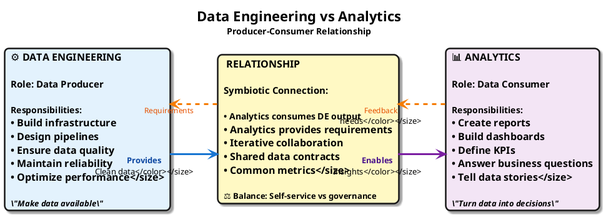
The PlantUML diagram diagrams/week01/week1_de_vs_analytics.png in OrPerets/data-engineering-course, before a commit.
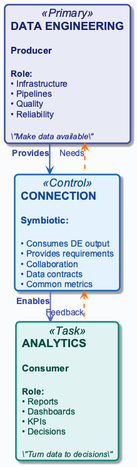
The same diagram one commit later.

What changed in the source:
```diff
@@ -1,35 +1,16 @@
 @startuml
-left to right direction
-skinparam defaultFontName "Segoe UI, Helvetica, sans-serif"
-skinparam defaultFontSize 16
-skinparam roundcorner 15
-skinparam shadowing true
-skinparam linetype ortho
-skinparam nodesep 45
-skinparam ranksep 75
+!include ../_template_styles.puml
+top to bottom direction
 
-skinparam card {
-    FontStyle bold
-    Padding 35
-    BorderThickness 2.5
-}
+card "**DATA ENGINEERING**\n\n<size:15><b>Producer</b></size>\n\n<size:14><b>Role:</b></size>\n<size:14>• Infrastructure</size>\n<size:14>• Pipelines</size>\n<size:14>• Quality</size>\n<size:14>• Reliability</size>\n\n<size:13><i>\"Make data available\"</i></size>" as DE <<Primary>>
 
-skinparam arrow {
-    Thickness 3
-    FontSize 13
-}
+card "**CONNECTION**\n\n<size:15><b>Symbiotic:</b></size>\n\n<size:14>• Consumes DE output</size>\n<size:14>• Provides requirements</size>\n<size:14>• Collaboration</size>\n<size:14>• Data contracts</size>\n<size:14>• Common metrics</size>" as R <<Control>>
 
-title <size:22><b>Data Engineering vs Analytics</b></size>\n<size:14>Producer-Consumer Relationship</size>
+card "**ANALYTICS**\n\n<size:15><b>Consumer</b></size>\n\n<size:14><b>Role:</b></size>\n<size:14>• Reports</size>\n<size:14>• Dashboards</size>\n<size:14>• KPIs</size>\n<size:14>• Decisions</size>\n\n<size:13><i>\"Turn data to decisions\"</i></size>" as A <<Task>>
 
-card "⚙️ **DATA ENGINEERING**\n\n<size:15><b>Role: Data Producer</b></size>\n\n<size:14><b>Responsibilities:</b>\n• Build infrastructure\n• Design pipelines\n• Ensure data quality\n• Maintain reliability\n• Optimize performance</size>\n\n<size:13><i>\"Make data available\"</i></size>" as DE #E3F2FD
-
-card "🔄 **RELATIONSHIP**\n\n<size:15><b>Symbiotic Connection:</b></size>\n\n<size:14>• Analytics <b>consumes</b> DE output\n• Analytics <b>provides</b> requirements\n• Iterative collaboration\n• Shared data contracts\n• Common metrics</size>\n\n<size:13>⚖️ Balance: Self-service vs governance</size>" as R #FFF9C4
-
-card "📊 **ANALYTICS**\n\n<size:15><b>Role: Data Consumer</b></size>\n\n<size:14><b>Responsibilities:</b>\n• Create reports\n• Build dashboards\n• Define KPIs\n• Answer business questions\n• Tell data stories</size>\n\n<size:13><i>\"Turn data into decisions\"</i></size>" as A #F3E5F5
-
-DE -[#1976D2,thickness=3]-> R : <size:13><color:#0D47A1>**Provides**\nClean data</color></size>
-R -[#7B1FA2,thickness=3]-> A : <size:13><color:#4A148C>**Enables**\nInsights</color></size>
-A -[#F57C00,thickness=2,dashed]-> R : <size:12><color:#E65100>Feedback\nneeds</color></size>
-R -[#F57C00,thickness=2,dashed]-> DE : <size:12><color:#E65100>Requirements</color></size>
+DE -down[#1565C0,thickness=2]-> R : <color:#3949AB>**Provides**</color>
+R -right[#5C6BC0,thickness=2]-> A : <color:#3949AB>**Enables**</color>
+A -up[#FF6F00,thickness=2,dashed]-> R : <color:#3949AB>Feedback</color>
+R -up[#FF6F00,thickness=2,dashed]-> DE : <color:#3949AB>Needs</color>
 
 @enduml
```
